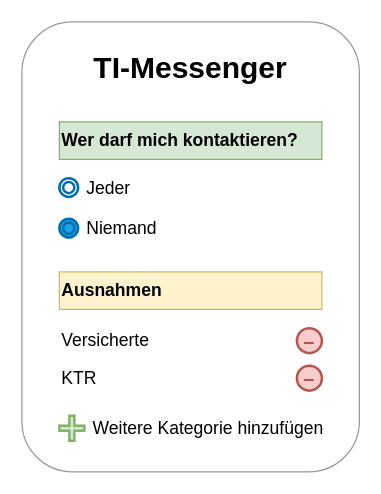
Above: src/images/TI-M_Basis/Berechtigung_UI.drawio in gematik/api-ti-messenger (draw.io), before the change. Source tidied: cells renumbered, new cells numbered last; positions are measured from the earlier drawing's top-left corner, leaving out a move shared by most shapes. Both pictures are drawn from the tidied source at 125%, with x=0, y=0 at pixel (21, 21).
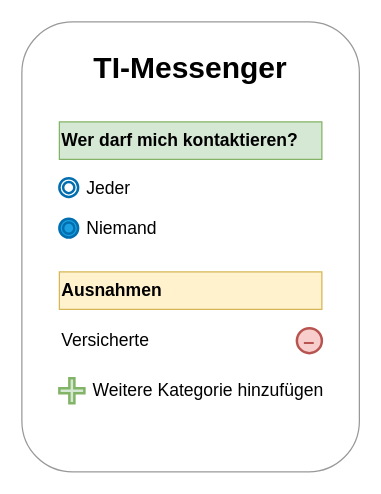
After the change.

The edit, as a diff of the source:
```diff
@@
-    <mxCell id="15" style="group;" parent="1" vertex="1">
-      <mxGeometry x="30" y="270" width="210" height="30" as="geometry" />
-    </mxCell>
-    <mxCell id="16" value="&lt;b&gt;&lt;font style=&quot;font-size: 16px;&quot; color=&quot;#b85450&quot;&gt;–&lt;/font&gt;&lt;/b&gt;" style="ellipse;whiteSpace=wrap;html=1;fillColor=#f8cecc;strokeColor=#b85450;strokeWidth=2;" parent="15" vertex="1">
-      <mxGeometry x="190" y="5" width="20" height="20" as="geometry" />
-    </mxCell>
-    <mxCell id="17" value="&lt;font style=&quot;font-size: 14.04px;&quot;&gt;KTR&lt;/font&gt;" style="text;html=1;align=left;verticalAlign=middle;whiteSpace=wrap;rounded=0;" parent="15" vertex="1">
-      <mxGeometry width="190" height="30" as="geometry" />
-    </mxCell>
     <mxCell id="18" style="group;" parent="1" vertex="1">
-      <mxGeometry x="30" y="310" width="225" height="30" as="geometry" />
+      <mxGeometry x="30" y="280" width="225" height="30" as="geometry" />
     </mxCell>
```
